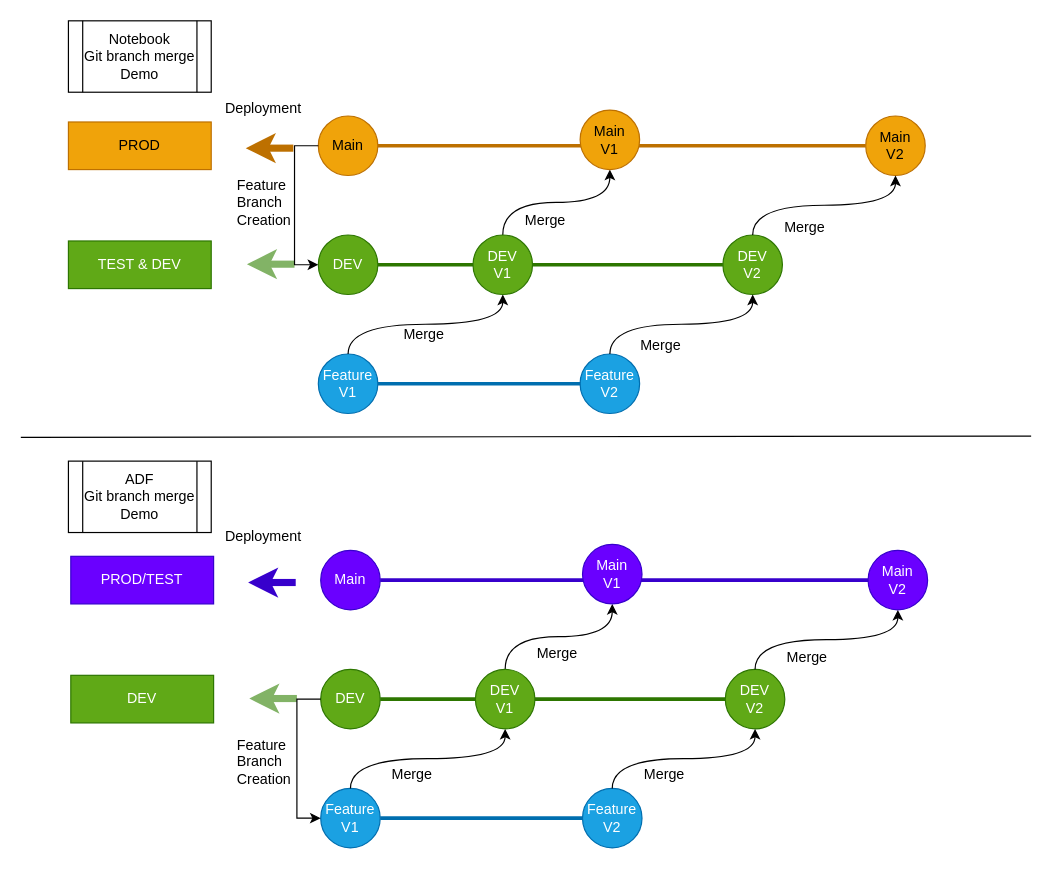
This is page "Page-5" (5 of 5) of TH_CLS_Diagram.drawio from highzheng/Arhi_Diagrams, a draw.io file, before an edit. Source tidied: cells renumbered, new cells numbered last; positions are measured from the earlier drawing's top-left corner, leaving out a move shared by most shapes. Both pictures are drawn from the tidied source at 119%, with x=0, y=0 at pixel (20, 20).
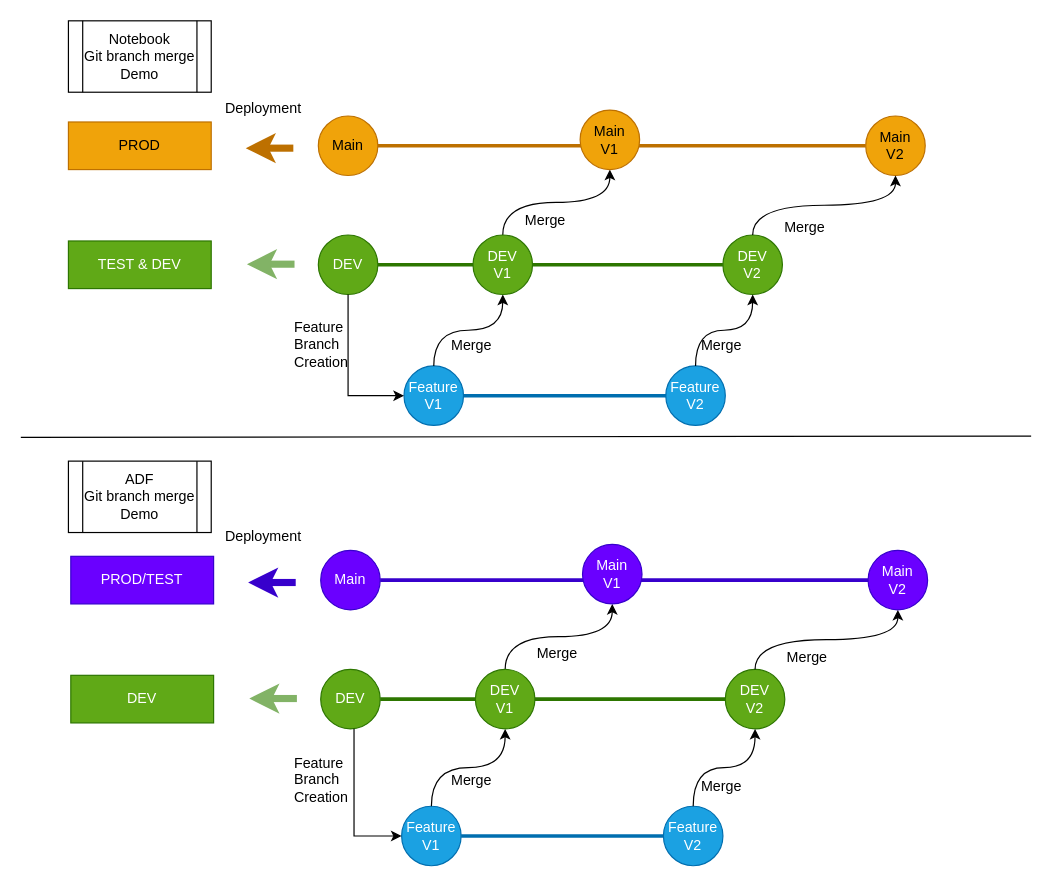
The same diagram, later.

The change refers to these unchanged cells:
```xml
<mxCell id="2" value="DEV" style="ellipse;whiteSpace=wrap;html=1;fillColor=#60a917;fontColor=#ffffff;strokeColor=#2D7600;" parent="1" vertex="1">
  <mxGeometry x="250" y="180" width="50" height="50" as="geometry" />
</mxCell>
<mxCell id="3" value="Main" style="ellipse;whiteSpace=wrap;html=1;fillColor=#f0a30a;fontColor=#000000;strokeColor=#BD7000;" parent="1" vertex="1">
  <mxGeometry x="250" y="80" width="50" height="50" as="geometry" />
</mxCell>
<mxCell id="25" value="DEV" style="ellipse;whiteSpace=wrap;html=1;fillColor=#60a917;fontColor=#ffffff;strokeColor=#2D7600;" parent="1" vertex="1">
  <mxGeometry x="252" y="545" width="50" height="50" as="geometry" />
</mxCell>
```

Diff of the diagram source:
```diff
@@
     <mxCell id="4" value="Feature&lt;div&gt;V1&lt;/div&gt;" style="ellipse;whiteSpace=wrap;html=1;fillColor=#1ba1e2;fontColor=#ffffff;strokeColor=#006EAF;" parent="1" vertex="1">
-      <mxGeometry x="250" y="280" width="50" height="50" as="geometry" />
+      <mxGeometry x="322" y="290" width="50" height="50" as="geometry" />
     </mxCell>
@@
     <mxCell id="12" style="endArrow=none;html=1;rounded=0;exitX=1;exitY=0.5;exitDx=0;exitDy=0;strokeWidth=3;fillColor=#1ba1e2;strokeColor=#006EAF;" parent="1" edge="1" source="4">
       <mxGeometry relative="1" as="geometry">
-        <mxPoint x="510" y="305" as="targetPoint" />
+        <mxPoint x="582" y="315" as="targetPoint" />
       </mxGeometry>
     </mxCell>
@@
     <mxCell id="16" value="Feature&lt;div&gt;V2&lt;/div&gt;" style="ellipse;whiteSpace=wrap;html=1;fillColor=#1ba1e2;fontColor=#ffffff;strokeColor=#006EAF;" parent="1" vertex="1">
-      <mxGeometry x="470" y="280" width="50" height="50" as="geometry" />
+      <mxGeometry x="542" y="290" width="50" height="50" as="geometry" />
     </mxCell>
@@
     <mxCell id="27" value="Feature&lt;div&gt;V1&lt;/div&gt;" style="ellipse;whiteSpace=wrap;html=1;fillColor=#1ba1e2;fontColor=#ffffff;strokeColor=#006EAF;" parent="1" vertex="1">
-      <mxGeometry x="252" y="645" width="50" height="50" as="geometry" />
+      <mxGeometry x="320" y="660" width="50" height="50" as="geometry" />
     </mxCell>
@@
     <mxCell id="35" style="endArrow=none;html=1;rounded=0;exitX=1;exitY=0.5;exitDx=0;exitDy=0;strokeWidth=3;fillColor=#1ba1e2;strokeColor=#006EAF;" parent="1" edge="1" source="27">
       <mxGeometry relative="1" as="geometry">
-        <mxPoint x="512" y="670" as="targetPoint" />
+        <mxPoint x="580" y="685" as="targetPoint" />
       </mxGeometry>
     </mxCell>
@@
     <mxCell id="39" value="Feature&lt;div&gt;V2&lt;/div&gt;" style="ellipse;whiteSpace=wrap;html=1;fillColor=#1ba1e2;fontColor=#ffffff;strokeColor=#006EAF;" parent="1" vertex="1">
-      <mxGeometry x="472" y="645" width="50" height="50" as="geometry" />
+      <mxGeometry x="540" y="660" width="50" height="50" as="geometry" />
     </mxCell>
@@
     <mxCell id="46" value="Merge" style="text;whiteSpace=wrap;html=1;" parent="1" vertex="1">
-      <mxGeometry x="310" y="620" width="48" height="20" as="geometry" />
+      <mxGeometry x="360" y="625" width="48" height="20" as="geometry" />
     </mxCell>
@@
     <mxCell id="48" value="Merge" style="text;whiteSpace=wrap;html=1;" parent="1" vertex="1">
-      <mxGeometry x="320" y="250" width="48" height="20" as="geometry" />
+      <mxGeometry x="360" y="259" width="48" height="20" as="geometry" />
     </mxCell>
     <mxCell id="49" value="Merge" style="text;whiteSpace=wrap;html=1;" parent="1" vertex="1">
-      <mxGeometry x="519" y="259" width="48" height="20" as="geometry" />
+      <mxGeometry x="570" y="259" width="48" height="20" as="geometry" />
     </mxCell>
     <mxCell id="50" value="Merge" style="text;whiteSpace=wrap;html=1;" parent="1" vertex="1">
-      <mxGeometry x="522" y="620" width="48" height="20" as="geometry" />
+      <mxGeometry x="570" y="630" width="48" height="20" as="geometry" />
     </mxCell>
@@
-    <mxCell id="56" style="edgeStyle=orthogonalEdgeStyle;rounded=0;jettySize=auto;html=1;exitX=0;exitY=0.5;exitDx=0;exitDy=0;elbow=vertical;entryX=0;entryY=0.5;entryDx=0;entryDy=0;" parent="1" edge="1" source="25" target="27">
-      <mxGeometry relative="1" as="geometry" />
+    <mxCell id="56" style="edgeStyle=orthogonalEdgeStyle;rounded=0;jettySize=auto;html=1;elbow=vertical;entryX=0;entryY=0.5;entryDx=0;entryDy=0;" parent="1" edge="1" source="25" target="27">
+      <mxGeometry relative="1" as="geometry">
+        <Array as="points">
+          <mxPoint x="280" y="685" />
+        </Array>
+      </mxGeometry>
     </mxCell>
     <mxCell id="57" value="&lt;div&gt;Feature Branch&lt;br&gt;&lt;/div&gt;Creation&lt;div&gt;&lt;br&gt;&lt;/div&gt;" style="text;whiteSpace=wrap;html=1;" parent="1" vertex="1">
-      <mxGeometry x="180" y="595" width="48" height="50" as="geometry" />
+      <mxGeometry x="228" y="610" width="48" height="50" as="geometry" />
     </mxCell>
     <mxCell id="58" value="&lt;div&gt;Feature Branch&lt;br&gt;&lt;/div&gt;Creation&lt;div&gt;&lt;br&gt;&lt;/div&gt;" style="text;whiteSpace=wrap;html=1;" parent="1" vertex="1">
-      <mxGeometry x="180" y="125" width="48" height="50" as="geometry" />
+      <mxGeometry x="228" y="244" width="48" height="50" as="geometry" />
     </mxCell>
-    <mxCell id="59" style="edgeStyle=orthogonalEdgeStyle;rounded=0;jettySize=auto;html=1;exitX=0;exitY=0.5;exitDx=0;exitDy=0;entryX=0;entryY=0.5;entryDx=0;entryDy=0;" parent="1" edge="1" source="3" target="2">
+    <mxCell id="59" style="rounded=0;jettySize=auto;html=1;edgeStyle=orthogonalEdgeStyle;exitX=0.5;exitY=1;exitDx=0;exitDy=0;entryX=0;entryY=0.5;entryDx=0;entryDy=0;" parent="1" edge="1" source="2" target="4">
       <mxGeometry relative="1" as="geometry" />
     </mxCell>
```
